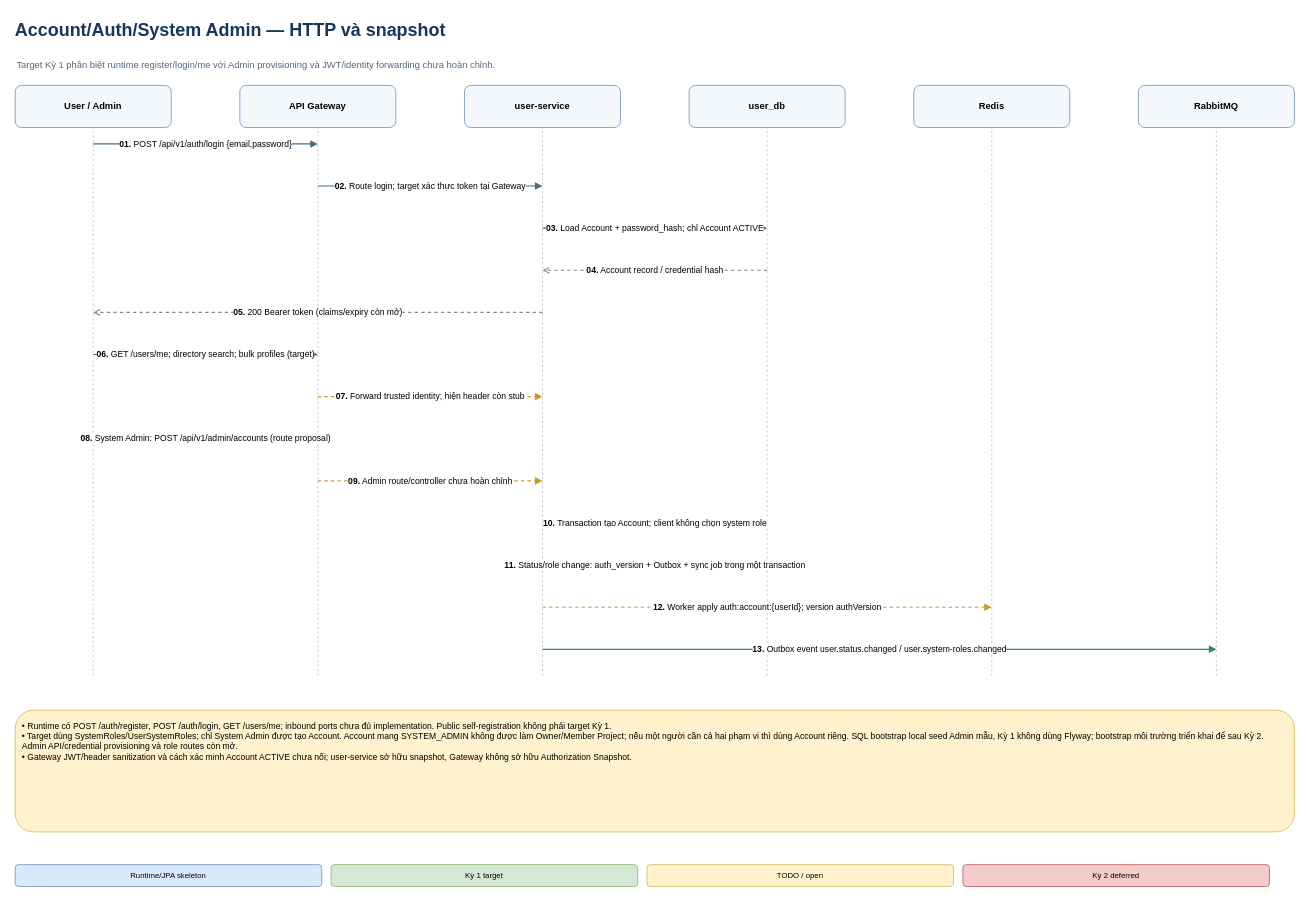
Earlier version of the draw.io diagram page "02 - Account Auth and system roles" (3 of 17) of docs/project/dev-platform-system-design.drawio (gekok/Dev-Platform). Source tidied: cells renumbered, new cells numbered last; positions are measured from the earlier drawing's top-left corner, leaving out a move shared by most shapes. Both pictures are drawn from the tidied source at 78%, with x=0, y=0 at pixel (13, 13).
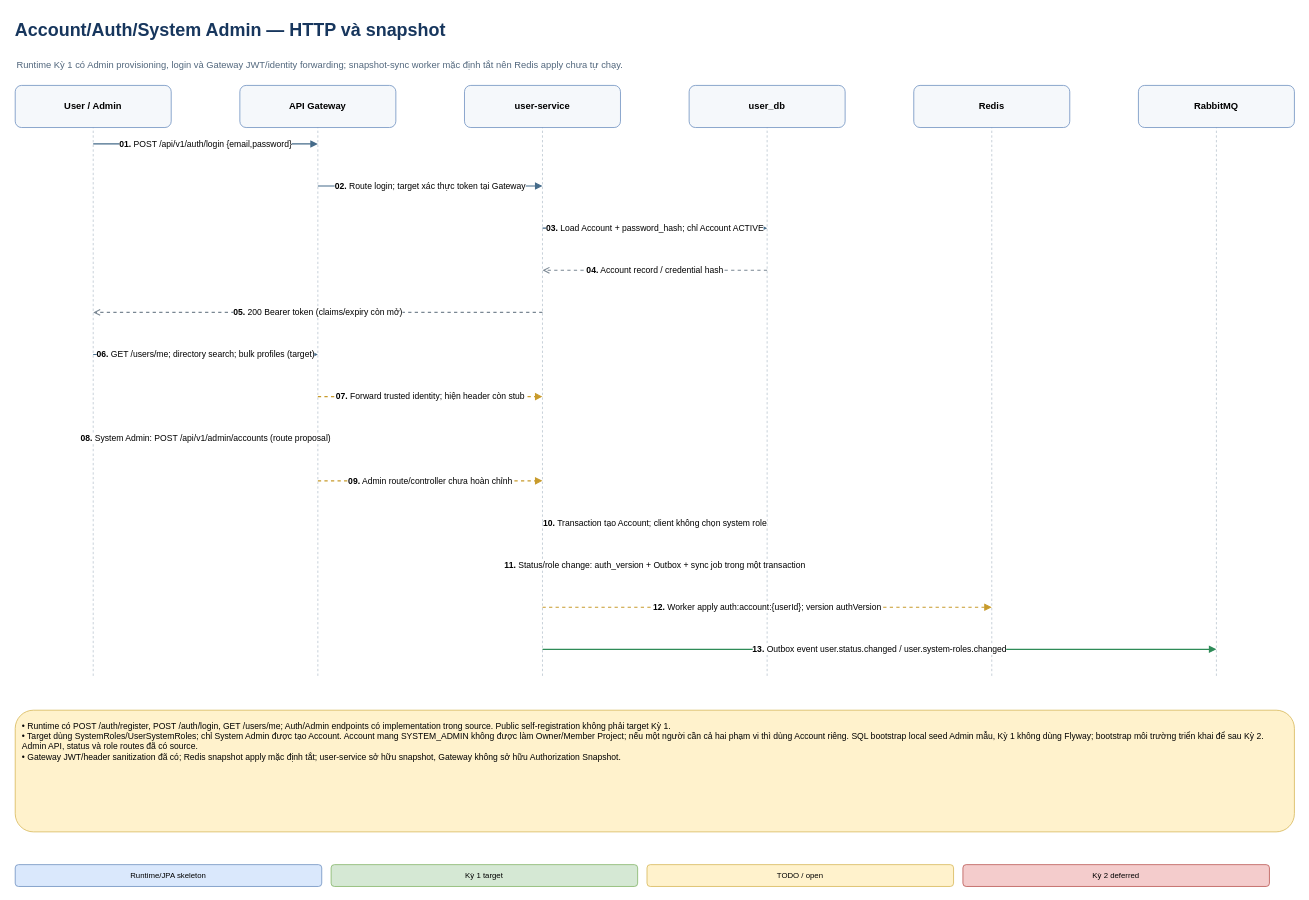
Above is the later version.

What changed in the source:
```diff
@@
-    <mxCell id="22" value="Target Kỳ 1 phân biệt runtime register/login/me với Admin provisioning và JWT/identity forwarding chưa hoàn chỉnh." style="text;html=1;strokeColor=none;fillColor=none;align=left;verticalAlign=middle;fontSize=12;fontColor=#52677d;whiteSpace=wrap;" parent="1" vertex="1">
+    <mxCell id="22" value="Runtime Kỳ 1 có Admin provisioning, login và Gateway JWT/identity forwarding; snapshot-sync worker mặc định tắt nên Redis apply chưa tự chạy." style="text;html=1;strokeColor=none;fillColor=none;align=left;verticalAlign=middle;fontSize=12;fontColor=#52677d;whiteSpace=wrap;" parent="1" vertex="1">
       <mxGeometry x="2" y="44" width="1640" height="44" as="geometry" />
     </mxCell>
@@
-    <mxCell id="29" value="• Runtime có POST /auth/register, POST /auth/login, GET /users/me; inbound ports chưa đủ implementation. Public self-registration không phải target Kỳ 1.&lt;br/&gt;• Target dùng SystemRoles/UserSystemRoles; chỉ System Admin được tạo Account. Account mang SYSTEM_ADMIN không được làm Owner/Member Project; nếu một người cần cả hai phạm vi thì dùng Account riêng. SQL bootstrap local seed Admin mẫu, Kỳ 1 không dùng Flyway; bootstrap môi trường triển khai để sau Kỳ 2. Admin API/credential provisioning và role routes còn mở.&lt;br/&gt;• Gateway JWT/header sanitization và cách xác minh Account ACTIVE chưa nối; user-service sở hữu snapshot, Gateway không sở hữu Authorization Snapshot." style="rounded=1;whiteSpace=wrap;html=1;align=left;verticalAlign=top;spacing=9;fontSize=11;strokeColor=#d6b656;fillColor=#fff2cc;" parent="1" vertex="1">
+    <mxCell id="29" value="• Runtime có POST /auth/register, POST /auth/login, GET /users/me; Auth/Admin endpoints có implementation trong source. Public self-registration không phải target Kỳ 1.&lt;br/&gt;• Target dùng SystemRoles/UserSystemRoles; chỉ System Admin được tạo Account. Account mang SYSTEM_ADMIN không được làm Owner/Member Project; nếu một người cần cả hai phạm vi thì dùng Account riêng. SQL bootstrap local seed Admin mẫu, Kỳ 1 không dùng Flyway; bootstrap môi trường triển khai để sau Kỳ 2. Admin API, status và role routes đã có source.&lt;br/&gt;• Gateway JWT/header sanitization đã có; Redis snapshot apply mặc định tắt; user-service sở hữu snapshot, Gateway không sở hữu Authorization Snapshot." style="rounded=1;whiteSpace=wrap;html=1;align=left;verticalAlign=top;spacing=9;fontSize=11;strokeColor=#d6b656;fillColor=#fff2cc;" parent="1" vertex="1">
       <mxGeometry x="2" y="893" width="1640" height="156" as="geometry" />
     </mxCell>
```
